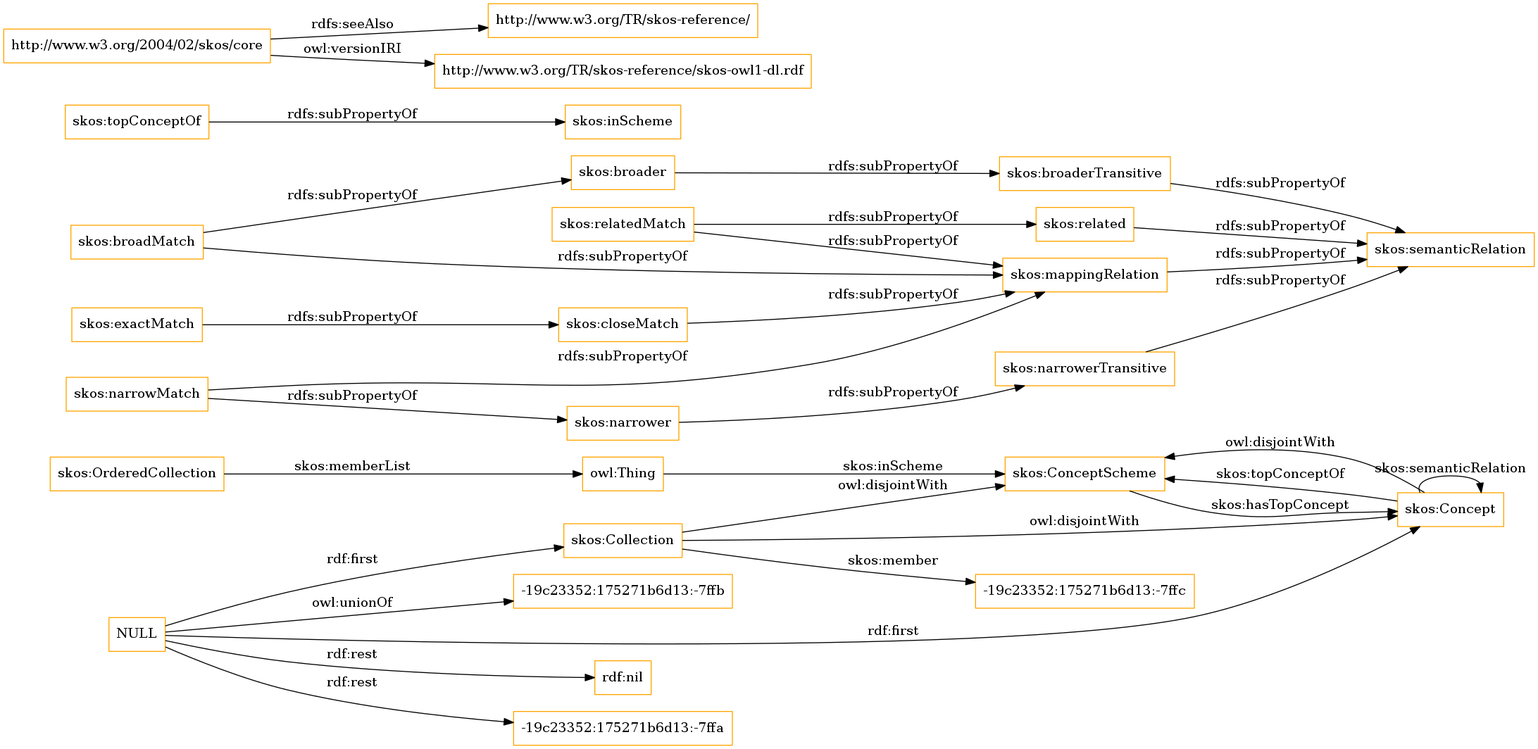
Above: OnToology/imports/skos.owl/diagrams/ar2dtool-class/skos.owl.png in OnToologyUser/core-ontology-1 (Graphviz), before the change. Its source is kept beside it as OnToology/imports/skos.owl/diagrams/ar2dtool-class/skos.owl.png.dot.
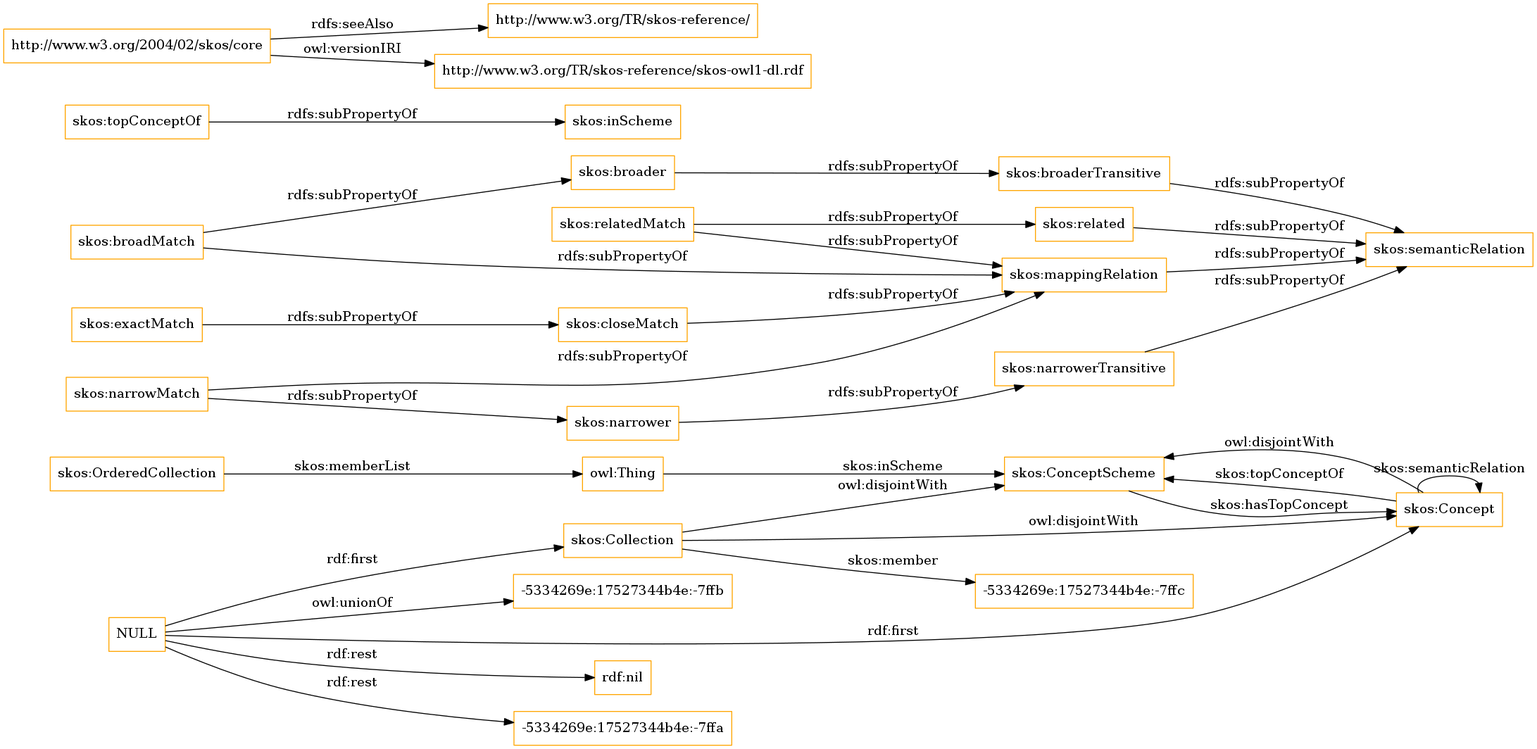
The same file after the commit.

What changed in the source:
```diff
@@ -1,13 +1,13 @@
 digraph ar2dtool_diagram {
 rankdir=LR;
 size="1501"
-node [shape = rectangle, color="orange"]; "skos:OrderedCollection" "skos:ConceptScheme" "skos:Concept" "skos:Collection" "-19c23352:175271b6d13:-7ffc" ; /*classes style*/
+node [shape = rectangle, color="orange"]; "skos:OrderedCollection" "skos:ConceptScheme" "skos:Concept" "skos:Collection" "-5334269e:17527344b4e:-7ffc" ; /*classes style*/
 	"skos:narrowerTransitive" -> "skos:semanticRelation" [ label = "rdfs:subPropertyOf" ];
 	"NULL" -> "rdf:nil" [ label = "rdf:rest" ];
 	"NULL" -> "skos:Concept" [ label = "rdf:first" ];
-	"NULL" -> "-19c23352:175271b6d13:-7ffa" [ label = "rdf:rest" ];
+	"NULL" -> "-5334269e:17527344b4e:-7ffa" [ label = "rdf:rest" ];
 	"NULL" -> "skos:Collection" [ label = "rdf:first" ];
-	"NULL" -> "-19c23352:175271b6d13:-7ffb" [ label = "owl:unionOf" ];
+	"NULL" -> "-5334269e:17527344b4e:-7ffb" [ label = "owl:unionOf" ];
 	"skos:closeMatch" -> "skos:mappingRelation" [ label = "rdfs:subPropertyOf" ];
 	"skos:Concept" -> "skos:ConceptScheme" [ label = "owl:disjointWith" ];
 	"skos:relatedMatch" -> "skos:related" [ label = "rdfs:subPropertyOf" ];
@@ -30,7 +30,7 @@
 	"skos:OrderedCollection" -> "owl:Thing" [ label = "skos:memberList" ];
 	"skos:Concept" -> "skos:ConceptScheme" [ label = "skos:topConceptOf" ];
 	"skos:Concept" -> "skos:Concept" [ label = "skos:semanticRelation" ];
-	"skos:Collection" -> "-19c23352:175271b6d13:-7ffc" [ label = "skos:member" ];
+	"skos:Collection" -> "-5334269e:17527344b4e:-7ffc" [ label = "skos:member" ];
 	"skos:ConceptScheme" -> "skos:Concept" [ label = "skos:hasTopConcept" ];
 	"owl:Thing" -> "skos:ConceptScheme" [ label = "skos:inScheme" ];
 
```
